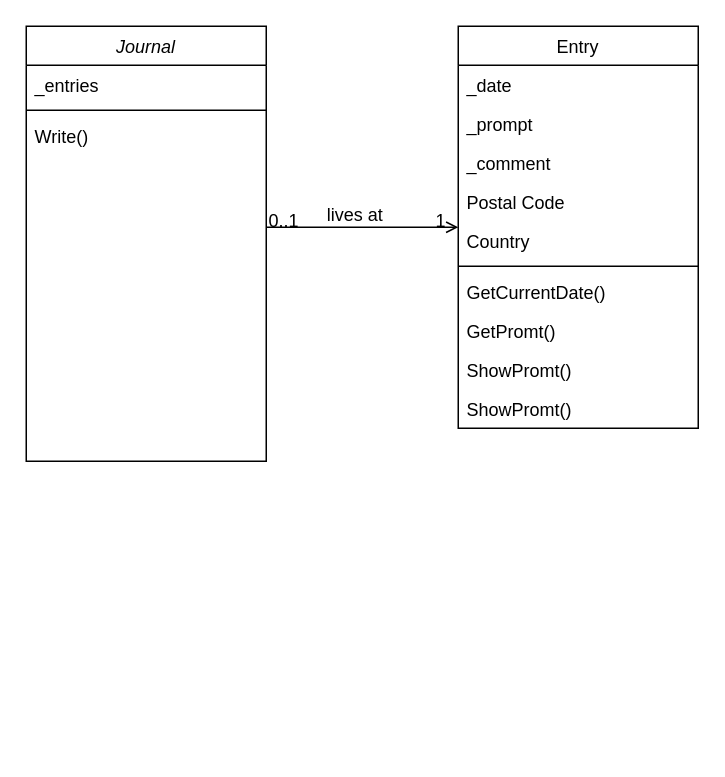
Before: assets/JournalDiagram.drawio in neorgon/cse210-hw, a draw.io diagram. Source tidied: cells renumbered, new cells numbered last; positions are measured from the earlier drawing's top-left corner, leaving out a move shared by most shapes. Both pictures are drawn from the tidied source at 150%, with x=0, y=0 at pixel (26, 26).
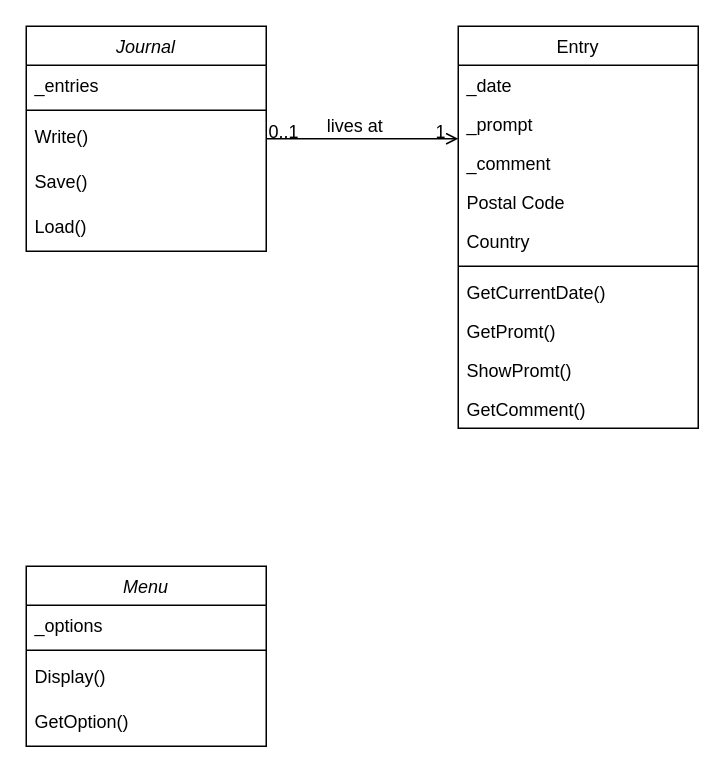
Above is the later version.

Commit message:
Add properties, behaviors

The change refers to these unchanged cells:
```xml
<mxCell id="6" value="Entry" style="swimlane;fontStyle=0;align=center;verticalAlign=top;horizontal=1;startSize=26;rounded=0;shadow=0;strokeWidth=1;" parent="1" vertex="1">
  <mxGeometry x="288" width="160" height="268" as="geometry" />
</mxCell>
```

The edit, as a diff of the source:
```diff
@@
     <mxCell id="2" value="Journal" style="swimlane;fontStyle=2;align=center;verticalAlign=top;horizontal=1;startSize=26;rounded=0;shadow=0;strokeWidth=1;" parent="1" vertex="1">
-      <mxGeometry width="160" height="290" as="geometry" />
+      <mxGeometry width="160" height="150" as="geometry" />
     </mxCell>
@@
     <mxCell id="5" value="Write()&#10;" style="text;align=left;verticalAlign=top;spacingLeft=4;spacingRight=4;overflow=hidden;" parent="2" vertex="1">
-      <mxGeometry y="60" width="160" height="178" as="geometry" />
+      <mxGeometry y="60" width="160" height="30" as="geometry" />
     </mxCell>
+    <mxCell id="21" value="Save()" style="text;align=left;verticalAlign=top;spacingLeft=4;spacingRight=4;overflow=hidden;" parent="2" vertex="1">
+      <mxGeometry y="90" width="160" height="30" as="geometry" />
+    </mxCell>
+    <mxCell id="22" value="Load()" style="text;align=left;verticalAlign=top;spacingLeft=4;spacingRight=4;overflow=hidden;" parent="2" vertex="1">
+      <mxGeometry y="120" width="160" height="30" as="geometry" />
+    </mxCell>
@@
-    <mxCell id="16" value="ShowPromt()" style="text;align=left;verticalAlign=top;spacingLeft=4;spacingRight=4;overflow=hidden;" parent="6" vertex="1">
+    <mxCell id="16" value="GetComment()" style="text;align=left;verticalAlign=top;spacingLeft=4;spacingRight=4;overflow=hidden;" parent="6" vertex="1">
       <mxGeometry y="242" width="160" height="26" as="geometry" />
     </mxCell>
@@
+    <mxCell id="23" value="Menu" style="swimlane;fontStyle=2;align=center;verticalAlign=top;horizontal=1;startSize=26;rounded=0;shadow=0;strokeWidth=1;" parent="1" vertex="1">
+      <mxGeometry y="360" width="160" height="120" as="geometry" />
+    </mxCell>
+    <mxCell id="24" value="_options" style="text;align=left;verticalAlign=top;spacingLeft=4;spacingRight=4;overflow=hidden;" parent="23" vertex="1">
+      <mxGeometry y="26" width="160" height="26" as="geometry" />
+    </mxCell>
+    <mxCell id="25" style="line;html=1;strokeWidth=1;align=left;verticalAlign=middle;spacingTop=-1;spacingLeft=3;spacingRight=3;labelPosition=right;" parent="23" vertex="1">
+      <mxGeometry y="52" width="160" height="8" as="geometry" />
+    </mxCell>
+    <mxCell id="26" value="Display()" style="text;align=left;verticalAlign=top;spacingLeft=4;spacingRight=4;overflow=hidden;" parent="23" vertex="1">
+      <mxGeometry y="60" width="160" height="30" as="geometry" />
+    </mxCell>
+    <mxCell id="27" value="GetOption()" style="text;align=left;verticalAlign=top;spacingLeft=4;spacingRight=4;overflow=hidden;" parent="23" vertex="1">
+      <mxGeometry y="90" width="160" height="30" as="geometry" />
+    </mxCell>
```
